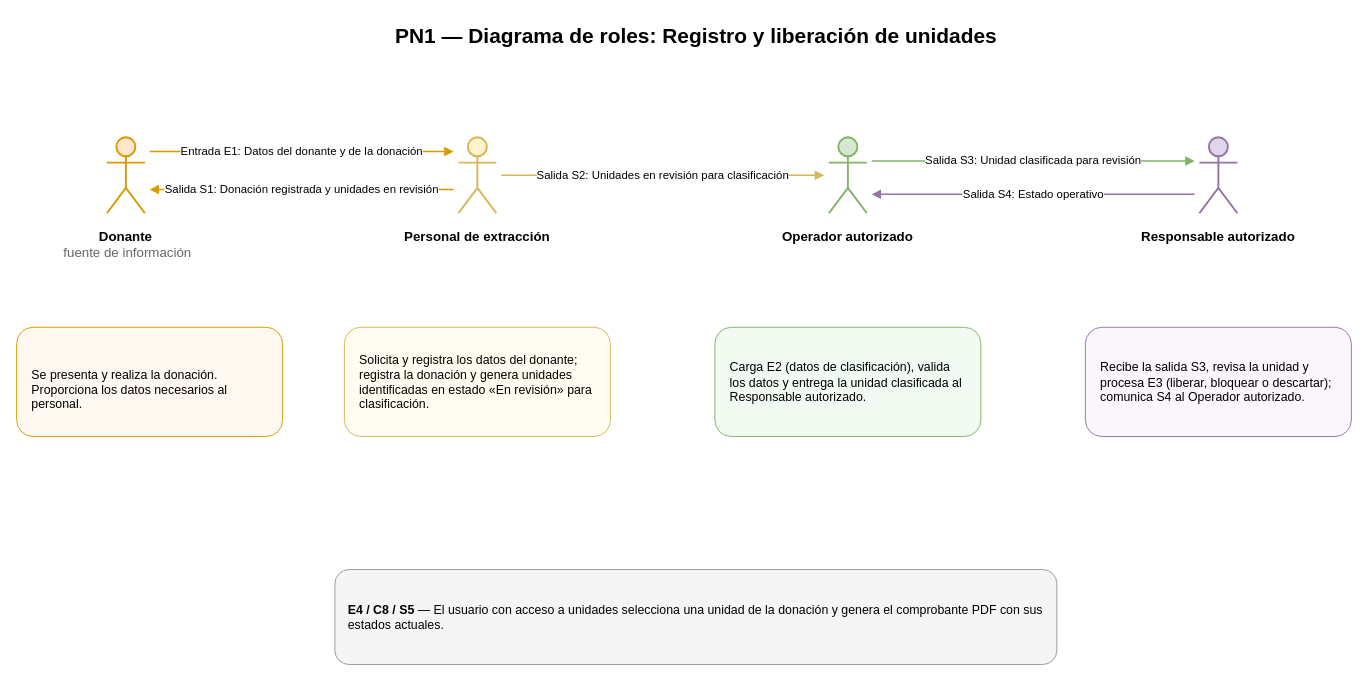
This is Diagramas/Secuencia de Roles/PN1_DiagramaRoles.drawio from juanNH/Ingenieria-de-Software, a draw.io file, before an edit. Source tidied: cells renumbered, new cells numbered last; positions are measured from the earlier drawing's top-left corner, leaving out a move shared by most shapes. Both pictures are drawn from the tidied source at 95%, with x=0, y=0 at pixel (16, 16).
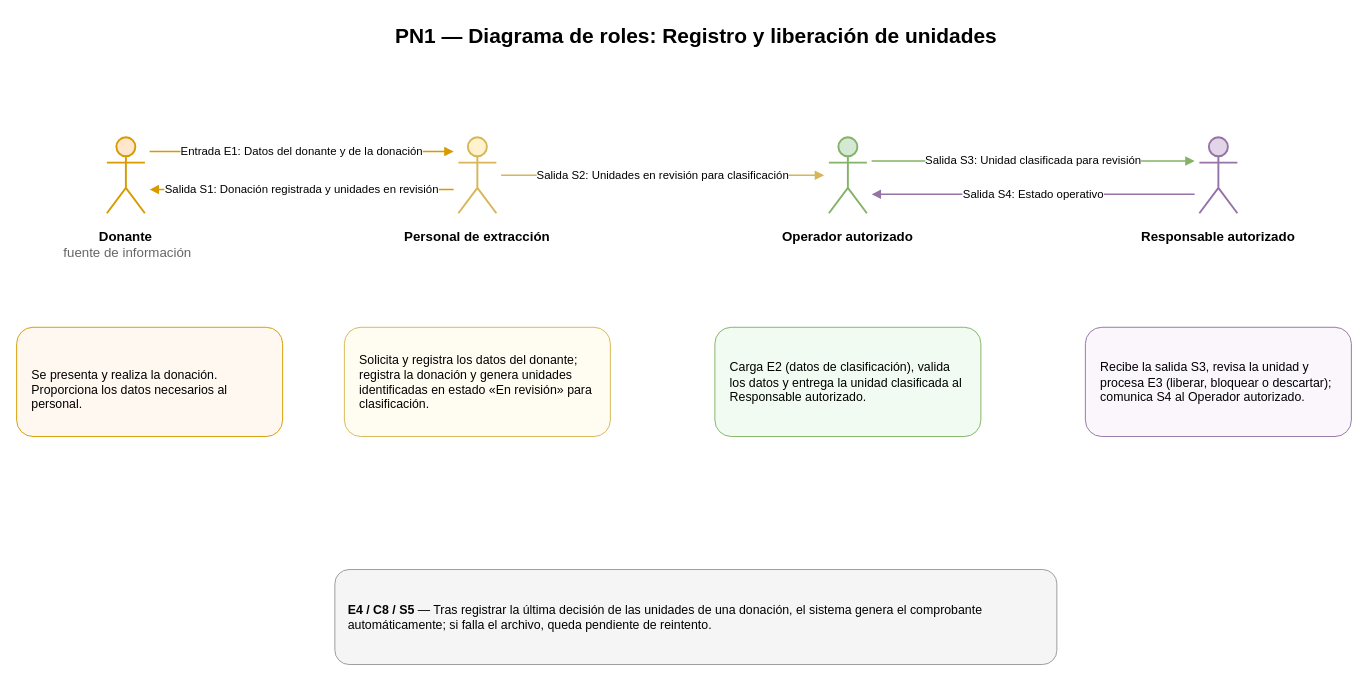
The same diagram, later.

What changed in the source:
```diff
@@
-    <mxCell id="20" value="&lt;b&gt;E4 / C8 / S5&lt;/b&gt; — El usuario con acceso a unidades selecciona una unidad de la donación y genera el comprobante PDF con sus estados actuales." style="rounded=1;whiteSpace=wrap;html=1;fillColor=#f5f5f5;strokeColor=#999999;fontSize=13;fontFamily=Arial;align=left;verticalAlign=middle;spacingLeft=12;spacingRight=12;" parent="1" vertex="1">
+    <mxCell id="20" value="&lt;b&gt;E4 / C8 / S5&lt;/b&gt; — Tras registrar la última decisión de las unidades de una donación, el sistema genera el comprobante automáticamente; si falla el archivo, queda pendiente de reintento." style="rounded=1;whiteSpace=wrap;html=1;fillColor=#f5f5f5;strokeColor=#999999;fontSize=13;fontFamily=Arial;align=left;verticalAlign=middle;spacingLeft=12;spacingRight=12;" parent="1" vertex="1">
       <mxGeometry x="335" y="582" width="760" height="100" as="geometry" />
     </mxCell>
```
